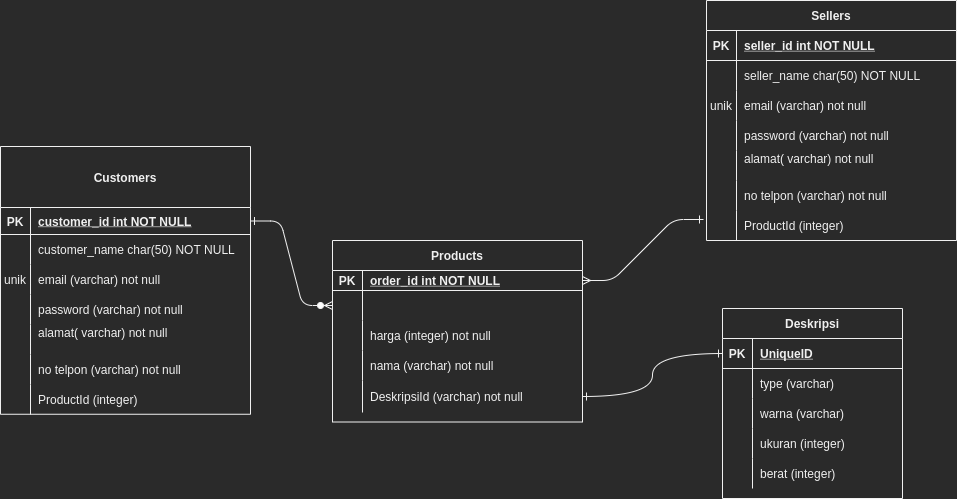
This is scheme.png from narindaGp/ecomKeyboard, a draw.io export, as it was before one commit. Source tidied: cells renumbered, new cells last; positions are measured from the earlier drawing's top-left corner, leaving out a move shared by most shapes.
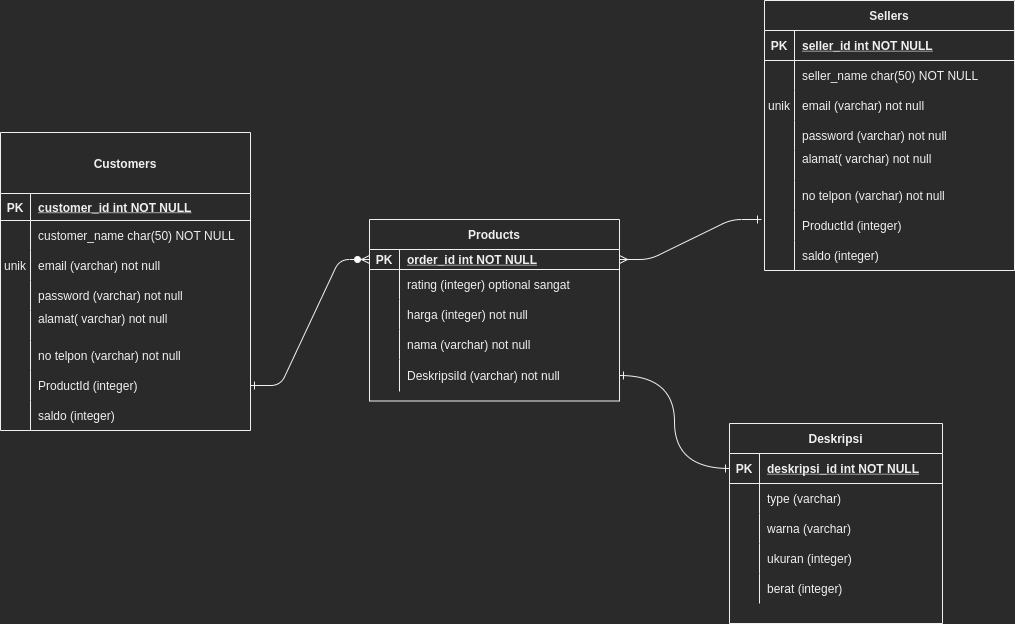
The same diagram one commit later.

Change to the diagram source:
```diff
@@ -2,14 +2,14 @@
   <root>
     <mxCell id="0" />
     <mxCell id="1" parent="0" />
-    <mxCell id="2" style="edgeStyle=entityRelationEdgeStyle;endArrow=ERzeroToMany;startArrow=ERone;endFill=1;startFill=0;" parent="1" edge="1" source="21" target="8">
+    <mxCell id="2" style="edgeStyle=entityRelationEdgeStyle;endArrow=ERzeroToMany;startArrow=ERone;endFill=1;startFill=0;exitX=1;exitY=0.5;exitDx=0;exitDy=0;entryX=0;entryY=0.5;entryDx=0;entryDy=0;" parent="1" edge="1" source="39" target="5">
       <mxGeometry relative="1" as="geometry" />
     </mxCell>
     <mxCell id="3" style="edgeStyle=entityRelationEdgeStyle;endArrow=ERone;startArrow=ERmany;endFill=0;startFill=0;entryX=-0.012;entryY=0.3;entryDx=0;entryDy=0;entryPerimeter=0;" parent="1" edge="1" source="5" target="61">
       <mxGeometry relative="1" as="geometry" />
     </mxCell>
     <mxCell id="4" value="Products" style="shape=table;startSize=30;rowLines=0;fontStyle=1;align=center;" parent="1" vertex="1">
-      <mxGeometry x="332" y="240" width="250" height="181.5" as="geometry" />
+      <mxGeometry x="422" y="220" width="250" height="181.5" as="geometry" />
     </mxCell>
     <mxCell id="5" style="shape=partialRectangle;fillColor=none;points=[[0,0.5],[1,0.5]];portConstraint=eastwest;top=0;left=0;right=0;bottom=1;" parent="4" vertex="1">
       <mxGeometry y="30" width="250" height="20" as="geometry" />
@@ -26,7 +26,7 @@
     <mxCell id="9" style="shape=partialRectangle;overflow=hidden;fillColor=none;top=0;left=0;bottom=0;right=0;" parent="8" vertex="1">
       <mxGeometry width="30" height="30" as="geometry" />
     </mxCell>
-    <mxCell id="10" style="shape=partialRectangle;overflow=hidden;fillColor=none;top=0;left=0;bottom=0;right=0;align=left;spacingLeft=6;" parent="8" vertex="1">
+    <mxCell id="10" value="rating (integer) optional sangat" style="shape=partialRectangle;overflow=hidden;fillColor=none;top=0;left=0;bottom=0;right=0;align=left;spacingLeft=6;" parent="8" vertex="1">
       <mxGeometry x="30" width="220" height="30" as="geometry" />
     </mxCell>
     <mxCell id="11" style="shape=partialRectangle;fillColor=none;top=0;left=0;right=0;bottom=0;" parent="4" vertex="1">
@@ -57,7 +57,7 @@
       <mxGeometry x="30" width="220" height="32" as="geometry" />
     </mxCell>
     <mxCell id="20" value="Customers" style="shape=table;startSize=61;rowLines=0;fontStyle=1;align=center;" parent="1" vertex="1">
-      <mxGeometry y="146" width="250" height="267.8" as="geometry" />
+      <mxGeometry x="53" y="133" width="250" height="298" as="geometry" />
     </mxCell>
     <mxCell id="21" style="shape=partialRectangle;fillColor=none;points=[[0,0.5],[1,0.5]];portConstraint=eastwest;top=0;left=0;right=0;bottom=1;" parent="20" vertex="1">
       <mxGeometry y="61" width="250" height="27" as="geometry" />
@@ -122,8 +122,17 @@
     <mxCell id="41" value="ProductId (integer)" style="shape=partialRectangle;overflow=hidden;fillColor=none;top=0;left=0;bottom=0;right=0;align=left;spacingLeft=6;" parent="39" vertex="1">
       <mxGeometry x="30" width="220" height="30" as="geometry" />
     </mxCell>
+    <mxCell id="81" style="shape=partialRectangle;fillColor=none;top=0;left=0;right=0;bottom=0;" parent="20" vertex="1">
+      <mxGeometry y="268" width="250" height="30" as="geometry" />
+    </mxCell>
+    <mxCell id="82" style="shape=partialRectangle;overflow=hidden;fillColor=none;top=0;left=0;bottom=0;right=0;" parent="81" vertex="1">
+      <mxGeometry width="30" height="30" as="geometry" />
+    </mxCell>
+    <mxCell id="83" value="saldo (integer)" style="shape=partialRectangle;overflow=hidden;fillColor=none;top=0;left=0;bottom=0;right=0;align=left;spacingLeft=6;" parent="81" vertex="1">
+      <mxGeometry x="30" width="220" height="30" as="geometry" />
+    </mxCell>
     <mxCell id="42" value="Sellers" style="shape=table;startSize=30;rowLines=0;fontStyle=1;align=center;" parent="1" vertex="1">
-      <mxGeometry x="706" width="250" height="240" as="geometry" />
+      <mxGeometry x="817" y="1" width="250" height="270" as="geometry" />
     </mxCell>
     <mxCell id="43" style="shape=partialRectangle;fillColor=none;top=0;left=0;right=0;bottom=1;" parent="42" vertex="1">
       <mxGeometry y="30" width="250" height="30" as="geometry" />
@@ -188,53 +197,62 @@
     <mxCell id="63" value="ProductId (integer)" style="shape=partialRectangle;overflow=hidden;fillColor=none;top=0;left=0;bottom=0;right=0;align=left;spacingLeft=6;" parent="61" vertex="1">
       <mxGeometry x="30" width="220" height="30" as="geometry" />
     </mxCell>
+    <mxCell id="84" style="shape=partialRectangle;fillColor=none;top=0;left=0;right=0;bottom=0;" parent="42" vertex="1">
+      <mxGeometry y="240" width="250" height="30" as="geometry" />
+    </mxCell>
+    <mxCell id="85" style="shape=partialRectangle;overflow=hidden;fillColor=none;top=0;left=0;bottom=0;right=0;" parent="84" vertex="1">
+      <mxGeometry width="30" height="30" as="geometry" />
+    </mxCell>
+    <mxCell id="86" value="saldo (integer)" style="shape=partialRectangle;overflow=hidden;fillColor=none;top=0;left=0;bottom=0;right=0;align=left;spacingLeft=6;" parent="84" vertex="1">
+      <mxGeometry x="30" width="220" height="30" as="geometry" />
+    </mxCell>
     <mxCell id="64" value="Deskripsi" style="shape=table;startSize=30;rowLines=0;fontStyle=1;align=center;" parent="1" vertex="1">
-      <mxGeometry x="722" y="308" width="180" height="190" as="geometry" />
+      <mxGeometry x="782" y="424" width="213" height="200" as="geometry" />
     </mxCell>
     <mxCell id="65" style="shape=partialRectangle;fillColor=none;top=0;left=0;bottom=1;right=0;points=[[0,0.5],[1,0.5]];portConstraint=eastwest;" parent="64" vertex="1">
-      <mxGeometry y="30" width="180" height="30" as="geometry" />
+      <mxGeometry y="30" width="213" height="30" as="geometry" />
     </mxCell>
     <mxCell id="66" value="PK" style="shape=partialRectangle;fillColor=none;top=0;left=0;bottom=0;right=0;fontStyle=1;overflow=hidden;" parent="65" vertex="1">
       <mxGeometry width="30" height="30" as="geometry" />
     </mxCell>
-    <mxCell id="67" value="UniqueID" style="shape=partialRectangle;fillColor=none;top=0;left=0;bottom=0;right=0;align=left;spacingLeft=6;fontStyle=5;overflow=hidden;" parent="65" vertex="1">
-      <mxGeometry x="30" width="150" height="30" as="geometry" />
+    <mxCell id="67" value="deskripsi_id int NOT NULL" style="shape=partialRectangle;fillColor=none;top=0;left=0;bottom=0;right=0;align=left;spacingLeft=6;fontStyle=5;overflow=hidden;" parent="65" vertex="1">
+      <mxGeometry x="30" width="183" height="30" as="geometry" />
     </mxCell>
     <mxCell id="68" style="shape=partialRectangle;fillColor=none;top=0;left=0;bottom=0;right=0;" parent="64" vertex="1">
-      <mxGeometry y="60" width="180" height="30" as="geometry" />
+      <mxGeometry y="60" width="213" height="30" as="geometry" />
     </mxCell>
     <mxCell id="69" style="shape=partialRectangle;fillColor=none;top=0;left=0;bottom=0;right=0;overflow=hidden;" parent="68" vertex="1">
       <mxGeometry width="30" height="30" as="geometry" />
     </mxCell>
     <mxCell id="70" value="type (varchar)" style="shape=partialRectangle;fillColor=none;top=0;left=0;bottom=0;right=0;align=left;spacingLeft=6;overflow=hidden;" parent="68" vertex="1">
-      <mxGeometry x="30" width="150" height="30" as="geometry" />
+      <mxGeometry x="30" width="183" height="30" as="geometry" />
     </mxCell>
     <mxCell id="71" style="shape=partialRectangle;fillColor=none;top=0;left=0;bottom=0;right=0;" parent="64" vertex="1">
-      <mxGeometry y="90" width="180" height="30" as="geometry" />
+      <mxGeometry y="90" width="213" height="30" as="geometry" />
     </mxCell>
     <mxCell id="72" style="shape=partialRectangle;fillColor=none;top=0;left=0;bottom=0;right=0;overflow=hidden;" parent="71" vertex="1">
       <mxGeometry width="30" height="30" as="geometry" />
     </mxCell>
     <mxCell id="73" value="warna (varchar)" style="shape=partialRectangle;fillColor=none;top=0;left=0;bottom=0;right=0;align=left;spacingLeft=6;overflow=hidden;" parent="71" vertex="1">
-      <mxGeometry x="30" width="150" height="30" as="geometry" />
+      <mxGeometry x="30" width="183" height="30" as="geometry" />
     </mxCell>
     <mxCell id="74" style="shape=partialRectangle;fillColor=none;top=0;left=0;bottom=0;right=0;" parent="64" vertex="1">
-      <mxGeometry y="120" width="180" height="30" as="geometry" />
+      <mxGeometry y="120" width="213" height="30" as="geometry" />
     </mxCell>
     <mxCell id="75" style="shape=partialRectangle;fillColor=none;top=0;left=0;bottom=0;right=0;overflow=hidden;" parent="74" vertex="1">
       <mxGeometry width="30" height="30" as="geometry" />
     </mxCell>
     <mxCell id="76" value="ukuran (integer)" style="shape=partialRectangle;fillColor=none;top=0;left=0;bottom=0;right=0;align=left;spacingLeft=6;overflow=hidden;" parent="74" vertex="1">
-      <mxGeometry x="30" width="150" height="30" as="geometry" />
+      <mxGeometry x="30" width="183" height="30" as="geometry" />
     </mxCell>
     <mxCell id="77" style="shape=partialRectangle;fillColor=none;top=0;left=0;bottom=0;right=0;" parent="64" vertex="1">
-      <mxGeometry y="150" width="180" height="30" as="geometry" />
+      <mxGeometry y="150" width="213" height="30" as="geometry" />
     </mxCell>
     <mxCell id="78" style="shape=partialRectangle;fillColor=none;top=0;left=0;bottom=0;right=0;overflow=hidden;" parent="77" vertex="1">
       <mxGeometry width="30" height="30" as="geometry" />
     </mxCell>
     <mxCell id="79" value="berat (integer)" style="shape=partialRectangle;fillColor=none;top=0;left=0;bottom=0;right=0;align=left;spacingLeft=6;overflow=hidden;" parent="77" vertex="1">
-      <mxGeometry x="30" width="150" height="30" as="geometry" />
+      <mxGeometry x="30" width="183" height="30" as="geometry" />
     </mxCell>
     <mxCell id="80" style="edgeStyle=orthogonalEdgeStyle;rounded=0;jettySize=auto;html=1;curved=1;endArrow=ERone;endFill=0;startArrow=ERone;startFill=0;" parent="1" edge="1" source="17" target="65">
       <mxGeometry relative="1" as="geometry" />
```
